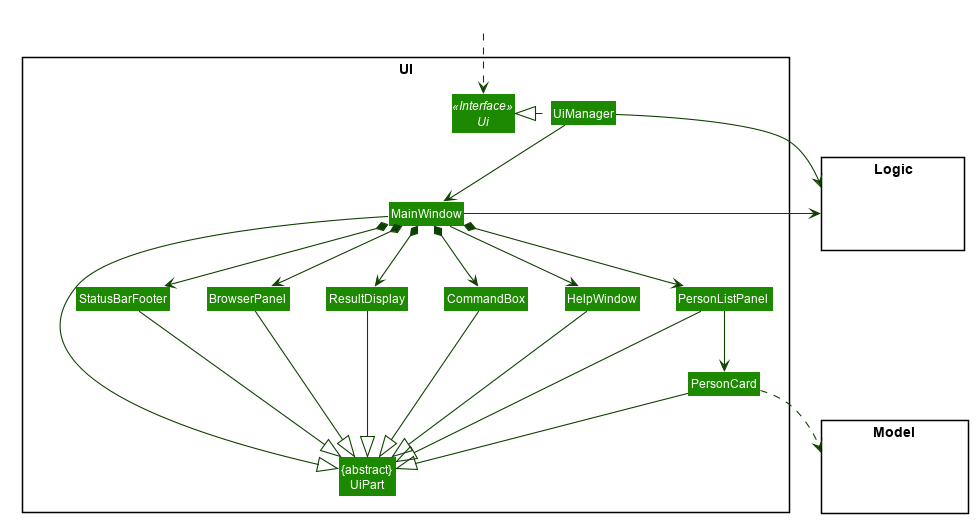
Above: docs/images/UiClassDiagram.png in se-edu/addressbook-level4 (PlantUML), before the change. Its diagram source:
```plantuml
@startuml








skinparam BackgroundColor #FFFFFFF

skinparam Shadowing false

skinparam Class {
    FontColor #FFFFFF
    BorderThickness 1
    BorderColor #FFFFFF
    StereotypeFontColor #FFFFFF
}

skinparam Actor {
    BorderColor #000000
    Color #000000
}

skinparam Sequence {
    MessageAlign center
    BoxFontSize 15
    BoxPadding 0
    BoxFontColor #FFFFFF
}

skinparam Participant {
    FontColor #FFFFFFF
    Padding 20
}

skinparam MinClassWidth 50
skinparam ParticipantPadding 10
skinparam Shadowing false
skinparam DefaultTextAlignment center
skinparam packageStyle Rectangle

hide footbox
hide members
hide circle
skinparam arrowThickness 1.1
skinparam arrowColor #0E4100
skinparam classBackgroundColor #1D8900

hide members

package UI <<Rectangle>>{
Interface Ui <<Interface>>
Class "{abstract}\nUiPart" as UiPart
Class UiManager
Class MainWindow
Class HelpWindow
Class ResultDisplay
Class BrowserPanel
Class PersonListPanel
Class PersonCard
Class StatusBarFooter
Class CommandBox
}

package Model <<Rectangle>> {
Class HiddenModel #FFFFFF
hide circle
}

package Logic <<Rectangle>> {
Class HiddenLogic #FFFFFF
hide circle
}

Class HiddenOutside #FFFFFF
HiddenOutside ..> Ui

UiManager .left.|> Ui
UiManager -down-> MainWindow
MainWindow --> HelpWindow
MainWindow *-down-> CommandBox
MainWindow *-down-> ResultDisplay
MainWindow *-down-> BrowserPanel
MainWindow *-down-> PersonListPanel
MainWindow *-down-> StatusBarFooter

PersonListPanel -down-> PersonCard

MainWindow -left-|> UiPart

ResultDisplay -d-|> UiPart
CommandBox -d--|> UiPart
BrowserPanel -d--|> UiPart
PersonListPanel -d--|> UiPart
PersonCard -d-|> UiPart
StatusBarFooter -d-|> UiPart
HelpWindow -d-|> UiPart

PersonCard ..> Model
UiManager -right-> Logic
MainWindow -left-> Logic

PersonListPanel -[hidden]left- HelpWindow
HelpWindow -[hidden]left- CommandBox
CommandBox -[hidden]left- ResultDisplay
ResultDisplay -[hidden]left- BrowserPanel
BrowserPanel -[hidden]left- StatusBarFooter


MainWindow -[hidden]-|> UiPart

@enduml
```
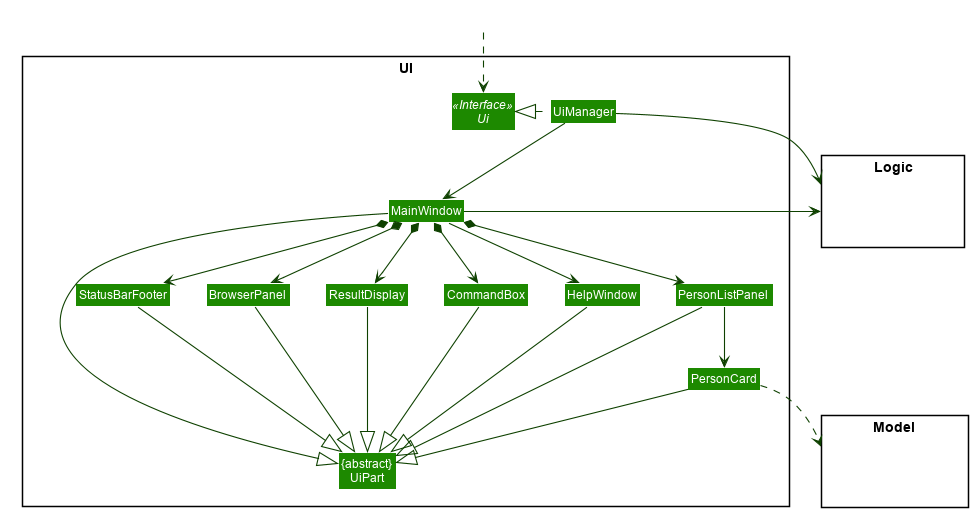
Later version of the same file.

Diff of the diagram source:
```diff
@@ -16,11 +16,13 @@
     BorderThickness 1
     BorderColor #FFFFFF
     StereotypeFontColor #FFFFFF
+    FontName Arial
 }
 
 skinparam Actor {
     BorderColor #000000
     Color #000000
+    FontName Arial
 }
 
 skinparam Sequence {
@@ -28,6 +30,7 @@
     BoxFontSize 15
     BoxPadding 0
     BoxFontColor #FFFFFF
+    FontName Arial
 }
 
 skinparam Participant {
@@ -48,8 +51,6 @@
 skinparam arrowColor #0E4100
 skinparam classBackgroundColor #1D8900
 
-hide members
-
 package UI <<Rectangle>>{
 Interface Ui <<Interface>>
 Class "{abstract}\nUiPart" as UiPart
@@ -66,12 +67,10 @@
 
 package Model <<Rectangle>> {
 Class HiddenModel #FFFFFF
-hide circle
 }
 
 package Logic <<Rectangle>> {
 Class HiddenLogic #FFFFFF
-hide circle
 }
 
 Class HiddenOutside #FFFFFF
@@ -90,13 +89,13 @@
 
 MainWindow -left-|> UiPart
 
-ResultDisplay -d-|> UiPart
-CommandBox -d--|> UiPart
-BrowserPanel -d--|> UiPart
-PersonListPanel -d--|> UiPart
-PersonCard -d-|> UiPart
-StatusBarFooter -d-|> UiPart
-HelpWindow -d-|> UiPart
+ResultDisplay --|> UiPart
+CommandBox --|> UiPart
+BrowserPanel --|> UiPart
+PersonListPanel --|> UiPart
+PersonCard --|> UiPart
+StatusBarFooter --|> UiPart
+HelpWindow -down-|> UiPart
 
 PersonCard ..> Model
 UiManager -right-> Logic
@@ -108,7 +107,5 @@
 ResultDisplay -[hidden]left- BrowserPanel
 BrowserPanel -[hidden]left- StatusBarFooter
 
-
 MainWindow -[hidden]-|> UiPart
-
 @enduml
```
